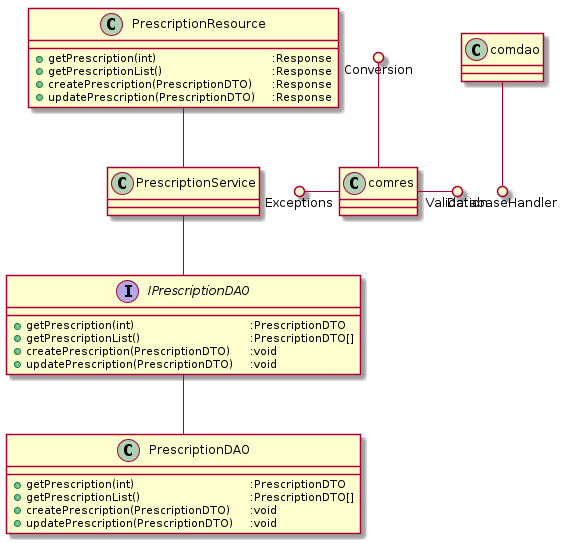
Earlier version of the PlantUML export UML/class/delt/prescription.png (GRP25/CDIO_Final).
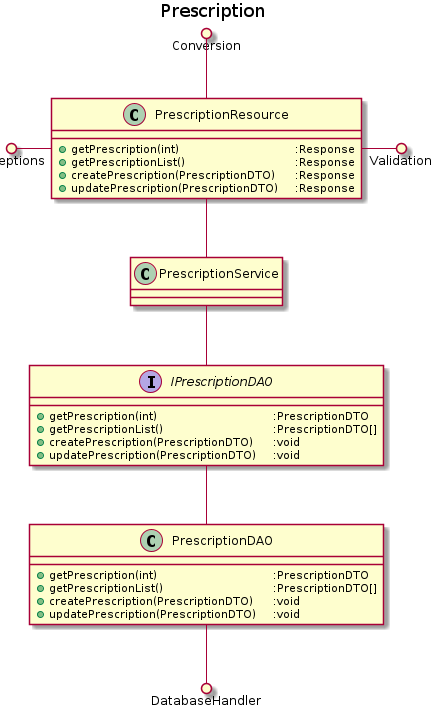
Above is the later version.

The edit, as a diff of the source:
```diff
@@ -1,4 +1,5 @@
 @startuml
+title Prescription
 class "PrescriptionResource" as preres {
     + getPrescription(int)\t\t\t\t:Response
     + getPrescriptionList()\t\t\t\t:Response
@@ -22,8 +23,8 @@
 ipredao -d- predao
 ipredao -u- preser
 preres -d- preser
-comdao --() DatabaseHandler
-comres -() Validation
-Exceptions ()- comres
-Conversion ()-- comres
+predao --() DatabaseHandler
+preres -() Validation
+Exceptions ()- preres
+Conversion ()-- preres
 @enduml
```
